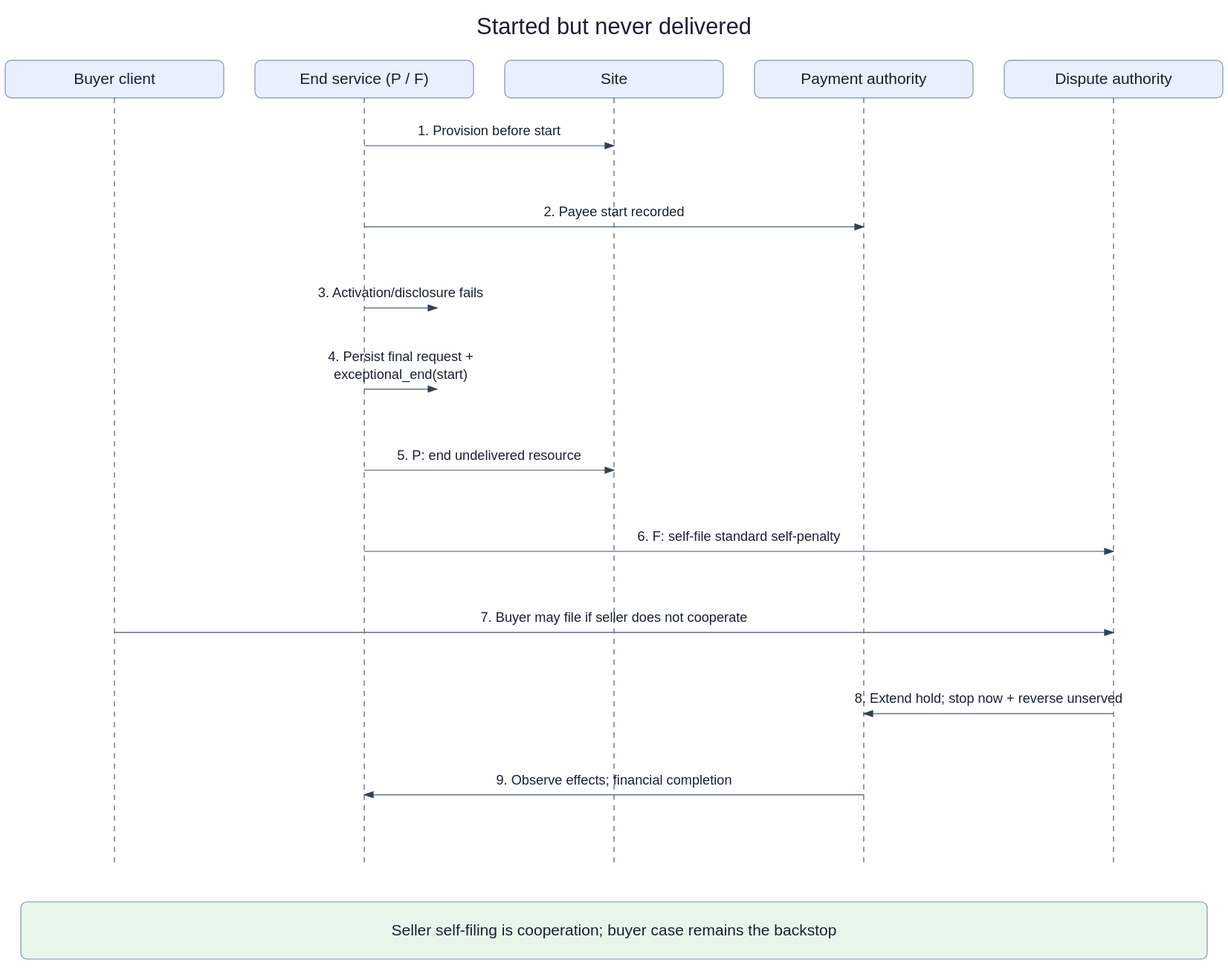
The draw.io diagram openspec/changes/converge-ongoing-compute-leases/diagrams/08-start-before-delivery.svg in arkhai-io/simple-compute-market, before a commit. Source tidied: cells renumbered, new cells last; positions are measured from the earlier drawing's top-left corner, leaving out a move shared by most shapes.
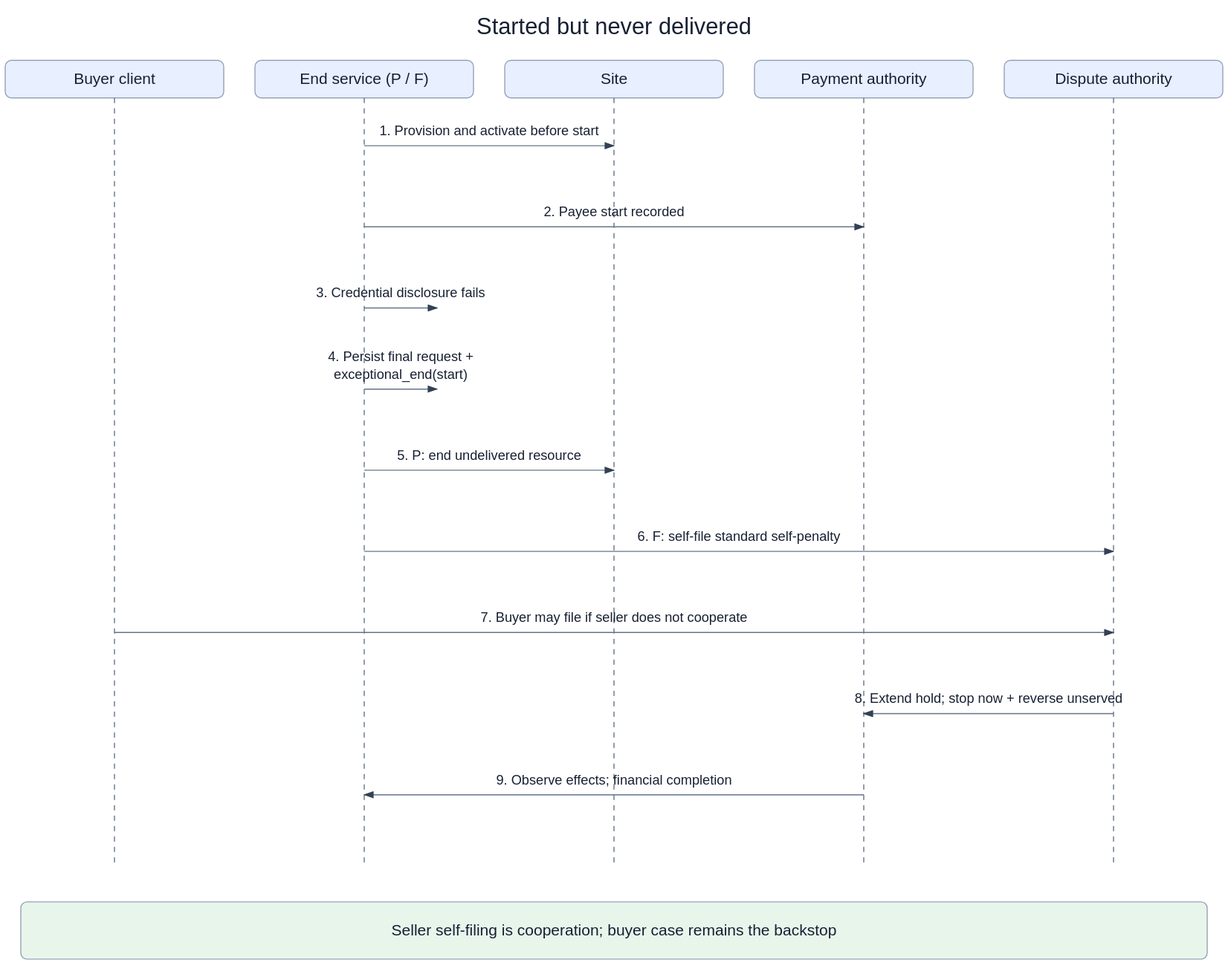
Above is the later version.

The edit, as a diff of the source:
```diff
@@ -50,7 +50,7 @@
         <mxPoint x="1065" y="822" as="targetPoint" />
       </mxGeometry>
     </mxCell>
-    <mxCell id="13" value="1. Provision before start" style="endArrow=block;fontSize=13;labelBackgroundColor=#ffffff;" parent="1" edge="1">
+    <mxCell id="13" value="1. Provision and activate before start" style="endArrow=block;fontSize=13;labelBackgroundColor=#ffffff;" parent="1" edge="1">
       <mxGeometry relative="1" as="geometry">
         <mxPoint x="345" y="130" as="sourcePoint" />
         <mxPoint x="585" y="130" as="targetPoint" />
@@ -62,7 +62,7 @@
         <mxPoint x="825" y="208" as="targetPoint" />
       </mxGeometry>
     </mxCell>
-    <mxCell id="15" value="3. Activation/disclosure fails" style="endArrow=block;fontSize=13;labelBackgroundColor=#ffffff;" parent="1" edge="1">
+    <mxCell id="15" value="3. Credential disclosure fails" style="endArrow=block;fontSize=13;labelBackgroundColor=#ffffff;" parent="1" edge="1">
       <mxGeometry relative="1" as="geometry">
         <mxPoint x="345" y="286" as="sourcePoint" />
         <mxPoint x="415" y="286" as="targetPoint" />
```
